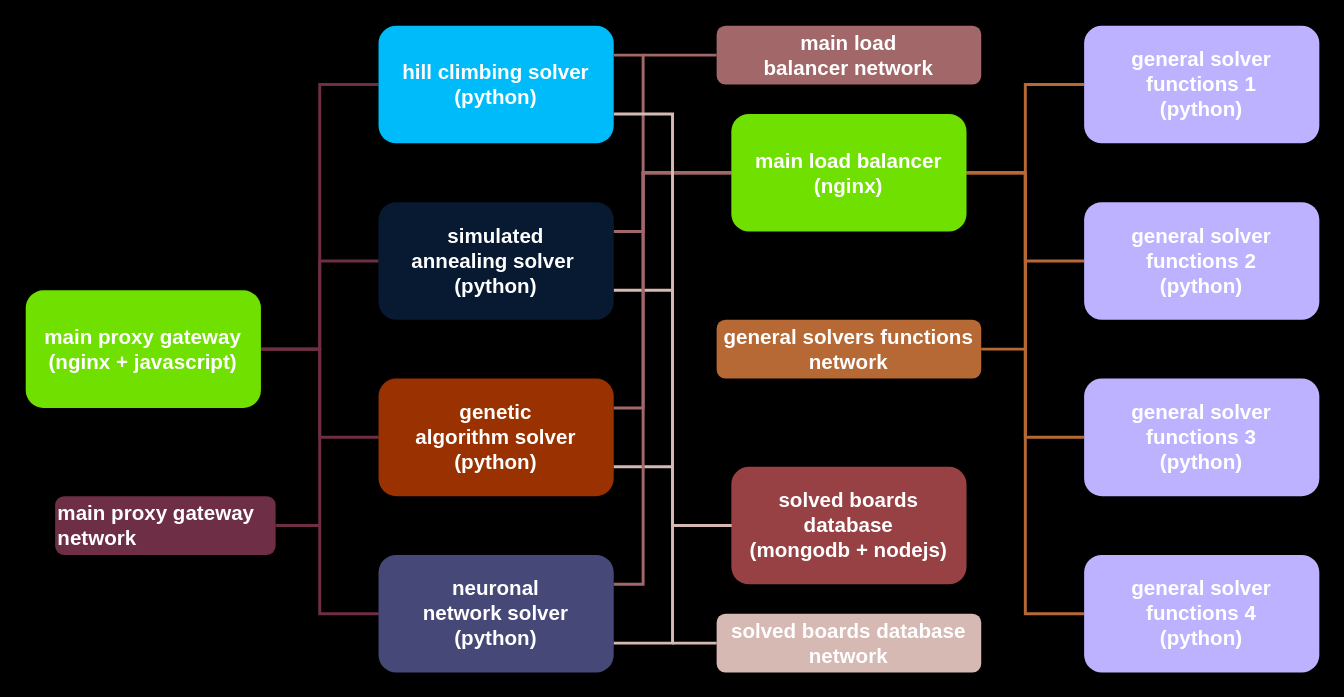
The draw.io diagram images/sudoku_solver.drawio in joseesco24/sudoku_solver, before the edit. Source tidied: cells renumbered, new cells numbered last; positions are measured from the earlier drawing's top-left corner, leaving out a move shared by most shapes. Both pictures are drawn from the tidied source at 147%, with x=0, y=0 at pixel (25, 25).
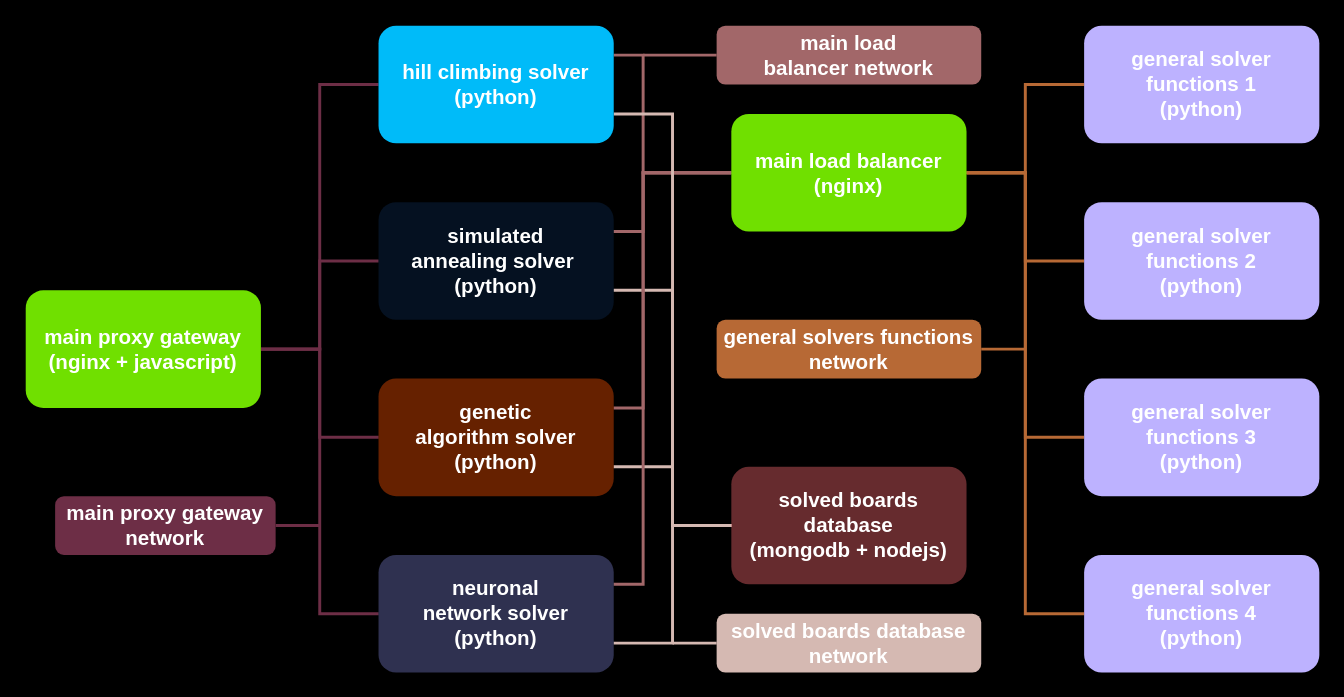
The same page after the edit.

Commit message (it also covers changes not shown here):
se hicieron correcciones menores en los esquemas

What changed in the source:
```diff
@@
-    <mxCell id="9" value="&lt;b&gt;&lt;font color=&quot;#ffffff&quot;&gt;&lt;span style=&quot;font-size: 14px&quot;&gt;simulated annealing&amp;nbsp;solver&amp;nbsp;&lt;br&gt;&lt;/span&gt;&lt;/font&gt;&lt;span style=&quot;color: rgb(255 , 255 , 255) ; font-size: 14px&quot;&gt;(python)&lt;/span&gt;&lt;/b&gt;" style="rounded=1;whiteSpace=wrap;html=1;strokeWidth=2;fillColor=#0d2c54;opacity=60;strokeColor=none;" parent="1" vertex="1">
+    <mxCell id="9" value="&lt;b&gt;&lt;font color=&quot;#ffffff&quot;&gt;&lt;span style=&quot;font-size: 14px&quot;&gt;simulated annealing&amp;nbsp;solver&amp;nbsp;&lt;br&gt;&lt;/span&gt;&lt;/font&gt;&lt;span style=&quot;color: rgb(255 , 255 , 255) ; font-size: 14px&quot;&gt;(python)&lt;/span&gt;&lt;/b&gt;" style="rounded=1;whiteSpace=wrap;html=1;strokeWidth=2;fillColor=#0d2c54;opacity=40;strokeColor=none;" parent="1" vertex="1">
       <mxGeometry x="240" y="120" width="160" height="80" as="geometry" />
     </mxCell>
@@
-    <mxCell id="12" value="&lt;font color=&quot;#ffffff&quot;&gt;&lt;span style=&quot;font-size: 14px&quot;&gt;&lt;b&gt;genetic algorithm&amp;nbsp;solver (python)&lt;/b&gt;&lt;/span&gt;&lt;/font&gt;" style="rounded=1;whiteSpace=wrap;html=1;strokeWidth=2;strokeColor=none;fillColor=#ff5400;opacity=60;" parent="1" vertex="1">
+    <mxCell id="12" value="&lt;font color=&quot;#ffffff&quot;&gt;&lt;span style=&quot;font-size: 14px&quot;&gt;&lt;b&gt;genetic algorithm&amp;nbsp;solver (python)&lt;/b&gt;&lt;/span&gt;&lt;/font&gt;" style="rounded=1;whiteSpace=wrap;html=1;strokeWidth=2;strokeColor=none;fillColor=#ff5400;opacity=40;" parent="1" vertex="1">
       <mxGeometry x="240" y="240" width="160" height="80" as="geometry" />
     </mxCell>
@@
-    <mxCell id="15" value="&lt;font color=&quot;#ffffff&quot;&gt;&lt;span style=&quot;font-size: 14px&quot;&gt;&lt;b&gt;neuronal network&amp;nbsp;solver (python)&lt;/b&gt;&lt;/span&gt;&lt;/font&gt;" style="rounded=1;whiteSpace=wrap;html=1;strokeWidth=2;strokeColor=none;fillColor=#757bc8;opacity=60;" parent="1" vertex="1">
+    <mxCell id="15" value="&lt;font color=&quot;#ffffff&quot;&gt;&lt;span style=&quot;font-size: 14px&quot;&gt;&lt;b&gt;neuronal network&amp;nbsp;solver (python)&lt;/b&gt;&lt;/span&gt;&lt;/font&gt;" style="rounded=1;whiteSpace=wrap;html=1;strokeWidth=2;strokeColor=none;fillColor=#757bc8;opacity=40;" parent="1" vertex="1">
       <mxGeometry x="240" y="360" width="160" height="80" as="geometry" />
     </mxCell>
@@
-    <mxCell id="24" value="&lt;font color=&quot;#ffffff&quot;&gt;&lt;span style=&quot;font-size: 14px&quot;&gt;&lt;b&gt;solved boards database &lt;br&gt;(mongodb + nodejs)&lt;/b&gt;&lt;/span&gt;&lt;/font&gt;" style="rounded=1;whiteSpace=wrap;html=1;strokeWidth=2;strokeColor=none;glass=0;shadow=0;sketch=0;fillColor=#fe6d73;opacity=60;" parent="1" vertex="1">
+    <mxCell id="24" value="&lt;font color=&quot;#ffffff&quot;&gt;&lt;span style=&quot;font-size: 14px&quot;&gt;&lt;b&gt;solved boards database &lt;br&gt;(mongodb + nodejs)&lt;/b&gt;&lt;/span&gt;&lt;/font&gt;" style="rounded=1;whiteSpace=wrap;html=1;strokeWidth=2;strokeColor=none;glass=0;shadow=0;sketch=0;fillColor=#fe6d73;opacity=40;" parent="1" vertex="1">
       <mxGeometry x="480" y="300" width="160" height="80" as="geometry" />
     </mxCell>
@@
-    <mxCell id="30" value="&lt;b&gt;&lt;font style=&quot;font-size: 14px&quot;&gt;main proxy gateway network&lt;/font&gt;&lt;/b&gt;" style="text;html=1;strokeColor=none;align=left;verticalAlign=middle;whiteSpace=wrap;rounded=1;shadow=0;glass=0;sketch=0;fontColor=#FFFFFF;fillColor=#6D2E46;" parent="1" vertex="1">
+    <mxCell id="30" value="&lt;b&gt;&lt;font style=&quot;font-size: 14px&quot;&gt;main proxy gateway network&lt;/font&gt;&lt;/b&gt;" style="text;html=1;strokeColor=none;align=center;verticalAlign=middle;whiteSpace=wrap;rounded=1;shadow=0;glass=0;sketch=0;fontColor=#FFFFFF;fillColor=#6D2E46;" parent="1" vertex="1">
       <mxGeometry x="20" y="320" width="150" height="40" as="geometry" />
     </mxCell>
```
